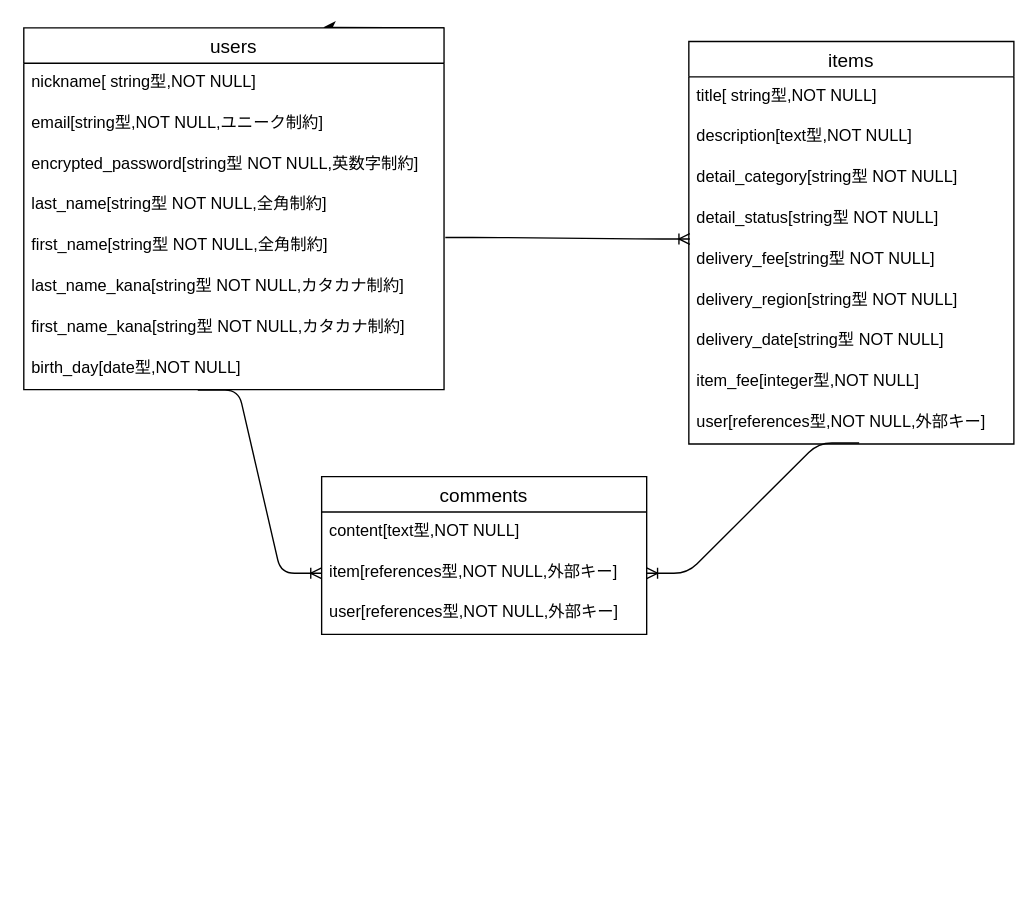
tokuno-masahiko/furima-38423 keeps this draw.io diagram as ER.dio. Above is the earlier version. Source tidied: cells renumbered, new cells numbered last; positions are measured from the earlier drawing's top-left corner, leaving out a move shared by most shapes. Both pictures are drawn from the tidied source at 136%, with x=0, y=0 at pixel (23, 27).
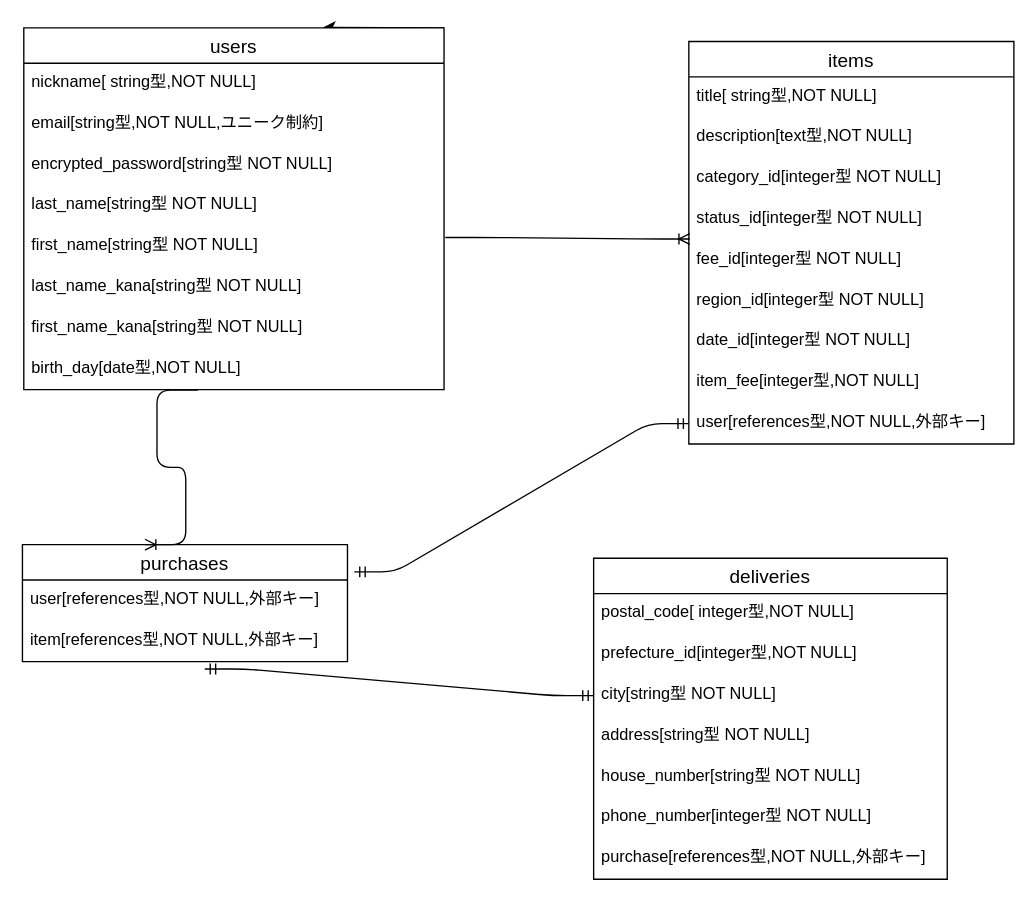
Above is the later version.

Commit message (it also covers changes not shown here):
DB設計　手直し

Unchanged cells that the change refers to:
```xml
<mxCell id="3" value="users" style="swimlane;fontStyle=0;horizontal=1;startSize=26;align=center;fontSize=14;" parent="1" vertex="1">
  <mxGeometry width="309" height="266" as="geometry" />
</mxCell>
<mxCell id="11" value="birth_day[date型,NOT NULL]" style="text;strokeColor=none;fillColor=none;spacingLeft=4;spacingRight=4;overflow=hidden;points=[[0,0.5],[1,0.5]];portConstraint=eastwest;fontSize=12;" parent="3" vertex="1">
  <mxGeometry y="236" width="309" height="30" as="geometry" />
</mxCell>
<mxCell id="12" value="items" style="swimlane;fontStyle=0;horizontal=1;startSize=26;align=center;fontSize=14;" parent="1" vertex="1">
  <mxGeometry x="489" y="10" width="239" height="296" as="geometry" />
</mxCell>
<mxCell id="21" value="user[references型,NOT NULL,外部キー]" style="text;strokeColor=none;fillColor=none;spacingLeft=4;spacingRight=4;overflow=hidden;points=[[0,0.5],[1,0.5]];portConstraint=eastwest;fontSize=12;" parent="12" vertex="1">
  <mxGeometry y="266" width="239" height="30" as="geometry" />
</mxCell>
<mxCell id="24" value="item[references型,NOT NULL,外部キー]" style="text;strokeColor=none;fillColor=none;spacingLeft=4;spacingRight=4;overflow=hidden;points=[[0,0.5],[1,0.5]];portConstraint=eastwest;fontSize=12;" parent="22" vertex="1">
  <mxGeometry y="56" width="239" height="30" as="geometry" />
</mxCell>
```

Change to the diagram source:
```diff
@@
-    <mxCell id="6" value="encrypted_password[string型 NOT NULL,英数字制約]" style="text;strokeColor=none;fillColor=none;spacingLeft=4;spacingRight=4;overflow=hidden;fontSize=12;" parent="3" vertex="1">
+    <mxCell id="6" value="encrypted_password[string型 NOT NULL]  " style="text;strokeColor=none;fillColor=none;spacingLeft=4;spacingRight=4;overflow=hidden;fontSize=12;" parent="3" vertex="1">
       <mxGeometry y="86" width="309" height="30" as="geometry" />
     </mxCell>
-    <mxCell id="7" value="last_name[string型 NOT NULL,全角制約]" style="text;strokeColor=none;fillColor=none;spacingLeft=4;spacingRight=4;overflow=hidden;fontSize=12;" parent="3" vertex="1">
+    <mxCell id="7" value="last_name[string型 NOT NULL]" style="text;strokeColor=none;fillColor=none;spacingLeft=4;spacingRight=4;overflow=hidden;fontSize=12;" parent="3" vertex="1">
       <mxGeometry y="116" width="309" height="30" as="geometry" />
     </mxCell>
-    <mxCell id="8" value="first_name[string型 NOT NULL,全角制約]" style="text;strokeColor=none;fillColor=none;spacingLeft=4;spacingRight=4;overflow=hidden;points=[[0,0.5],[1,0.5]];portConstraint=eastwest;fontSize=12;" parent="3" vertex="1">
+    <mxCell id="8" value="first_name[string型 NOT NULL]" style="text;strokeColor=none;fillColor=none;spacingLeft=4;spacingRight=4;overflow=hidden;points=[[0,0.5],[1,0.5]];portConstraint=eastwest;fontSize=12;" parent="3" vertex="1">
       <mxGeometry y="146" width="309" height="30" as="geometry" />
     </mxCell>
-    <mxCell id="9" value="last_name_kana[string型 NOT NULL,カタカナ制約]" style="text;strokeColor=none;fillColor=none;spacingLeft=4;spacingRight=4;overflow=hidden;fontSize=12;" parent="3" vertex="1">
+    <mxCell id="9" value="last_name_kana[string型 NOT NULL]" style="text;strokeColor=none;fillColor=none;spacingLeft=4;spacingRight=4;overflow=hidden;fontSize=12;" parent="3" vertex="1">
       <mxGeometry y="176" width="309" height="30" as="geometry" />
     </mxCell>
-    <mxCell id="10" value="first_name_kana[string型 NOT NULL,カタカナ制約]" style="text;strokeColor=none;fillColor=none;spacingLeft=4;spacingRight=4;overflow=hidden;fontSize=12;" parent="3" vertex="1">
+    <mxCell id="10" value="first_name_kana[string型 NOT NULL]" style="text;strokeColor=none;fillColor=none;spacingLeft=4;spacingRight=4;overflow=hidden;fontSize=12;" parent="3" vertex="1">
       <mxGeometry y="206" width="309" height="30" as="geometry" />
     </mxCell>
@@
-    <mxCell id="15" value="detail_category[string型 NOT NULL]" style="text;strokeColor=none;fillColor=none;spacingLeft=4;spacingRight=4;overflow=hidden;fontSize=12;" parent="12" vertex="1">
+    <mxCell id="15" value="category_id[integer型 NOT NULL]" style="text;strokeColor=none;fillColor=none;spacingLeft=4;spacingRight=4;overflow=hidden;fontSize=12;" parent="12" vertex="1">
       <mxGeometry y="86" width="239" height="30" as="geometry" />
     </mxCell>
-    <mxCell id="16" value="detail_status[string型 NOT NULL]" style="text;strokeColor=none;fillColor=none;spacingLeft=4;spacingRight=4;overflow=hidden;fontSize=12;" parent="12" vertex="1">
+    <mxCell id="16" value="status_id[integer型 NOT NULL]" style="text;strokeColor=none;fillColor=none;spacingLeft=4;spacingRight=4;overflow=hidden;fontSize=12;" parent="12" vertex="1">
       <mxGeometry y="116" width="239" height="30" as="geometry" />
     </mxCell>
-    <mxCell id="17" value="delivery_fee[string型 NOT NULL]" style="text;strokeColor=none;fillColor=none;spacingLeft=4;spacingRight=4;overflow=hidden;points=[[0,0.5],[1,0.5]];portConstraint=eastwest;fontSize=12;" parent="12" vertex="1">
+    <mxCell id="17" value="fee_id[integer型 NOT NULL]" style="text;strokeColor=none;fillColor=none;spacingLeft=4;spacingRight=4;overflow=hidden;points=[[0,0.5],[1,0.5]];portConstraint=eastwest;fontSize=12;" parent="12" vertex="1">
       <mxGeometry y="146" width="239" height="30" as="geometry" />
     </mxCell>
-    <mxCell id="18" value="delivery_region[string型 NOT NULL]" style="text;strokeColor=none;fillColor=none;spacingLeft=4;spacingRight=4;overflow=hidden;fontSize=12;" parent="12" vertex="1">
+    <mxCell id="18" value="region_id[integer型 NOT NULL]" style="text;strokeColor=none;fillColor=none;spacingLeft=4;spacingRight=4;overflow=hidden;fontSize=12;" parent="12" vertex="1">
       <mxGeometry y="176" width="239" height="30" as="geometry" />
     </mxCell>
-    <mxCell id="19" value="delivery_date[string型 NOT NULL]" style="text;strokeColor=none;fillColor=none;spacingLeft=4;spacingRight=4;overflow=hidden;fontSize=12;" parent="12" vertex="1">
+    <mxCell id="19" value="date_id[integer型 NOT NULL]" style="text;strokeColor=none;fillColor=none;spacingLeft=4;spacingRight=4;overflow=hidden;fontSize=12;" parent="12" vertex="1">
       <mxGeometry y="206" width="239" height="30" as="geometry" />
     </mxCell>
@@
-    <mxCell id="22" value="comments" style="swimlane;fontStyle=0;horizontal=1;startSize=26;align=center;fontSize=14;" parent="1" vertex="1">
-      <mxGeometry x="219" y="330" width="239" height="116" as="geometry" />
+    <mxCell id="22" value="purchases" style="swimlane;fontStyle=0;horizontal=1;startSize=26;align=center;fontSize=14;" parent="1" vertex="1">
+      <mxGeometry x="-1" y="380" width="239" height="86" as="geometry" />
     </mxCell>
-    <mxCell id="23" value="content[text型,NOT NULL]" style="text;strokeColor=none;fillColor=none;spacingLeft=4;spacingRight=4;overflow=hidden;fontSize=12;" parent="22" vertex="1">
-      <mxGeometry y="26" width="239" height="30" as="geometry" />
-    </mxCell>
+    <mxCell id="25" value="user[references型,NOT NULL,外部キー]" style="text;strokeColor=none;fillColor=none;spacingLeft=4;spacingRight=4;overflow=hidden;points=[[0,0.5],[1,0.5]];portConstraint=eastwest;fontSize=12;" parent="22" vertex="1">
+      <mxGeometry y="26" width="239" height="30" as="geometry" />
+    </mxCell>
@@
-    <mxCell id="25" value="user[references型,NOT NULL,外部キー]" style="text;strokeColor=none;fillColor=none;spacingLeft=4;spacingRight=4;overflow=hidden;points=[[0,0.5],[1,0.5]];portConstraint=eastwest;fontSize=12;" parent="22" vertex="1">
-      <mxGeometry y="86" width="239" height="30" as="geometry" />
-    </mxCell>
@@
-    <mxCell id="27" style="edgeStyle=entityRelationEdgeStyle;fontSize=12;html=1;endArrow=ERoneToMany;entryX=1;entryY=0.5;entryDx=0;entryDy=0;exitX=0.524;exitY=0.974;exitDx=0;exitDy=0;exitPerimeter=0;" parent="1" edge="1" source="21" target="24">
-      <mxGeometry relative="1" as="geometry" />
-    </mxCell>
-    <mxCell id="28" style="edgeStyle=entityRelationEdgeStyle;fontSize=12;html=1;endArrow=ERoneToMany;exitX=0.414;exitY=1.011;exitDx=0;exitDy=0;exitPerimeter=0;entryX=0;entryY=0.5;entryDx=0;entryDy=0;" parent="1" edge="1" source="11" target="24">
+    <mxCell id="28" style="edgeStyle=entityRelationEdgeStyle;fontSize=12;html=1;endArrow=ERoneToMany;exitX=0.414;exitY=1.011;exitDx=0;exitDy=0;exitPerimeter=0;entryX=0.377;entryY=0;entryDx=0;entryDy=0;entryPerimeter=0;" parent="1" edge="1" source="11" target="22">
       <mxGeometry relative="1" as="geometry" />
     </mxCell>
+    <mxCell id="29" style="edgeStyle=entityRelationEdgeStyle;fontSize=12;html=1;endArrow=ERmandOne;startArrow=ERmandOne;exitX=1.021;exitY=-0.2;exitDx=0;exitDy=0;exitPerimeter=0;" parent="1" edge="1" source="25" target="21">
+      <mxGeometry relative="1" as="geometry" />
+    </mxCell>
+    <mxCell id="30" style="edgeStyle=entityRelationEdgeStyle;fontSize=12;html=1;endArrow=ERmandOne;startArrow=ERmandOne;exitX=0.561;exitY=1.18;exitDx=0;exitDy=0;exitPerimeter=0;entryX=0;entryY=0.5;entryDx=0;entryDy=0;" parent="1" edge="1" source="24" target="34">
+      <mxGeometry relative="1" as="geometry" />
+    </mxCell>
+    <mxCell id="31" value="deliveries" style="swimlane;fontStyle=0;horizontal=1;startSize=26;align=center;fontSize=14;" parent="1" vertex="1">
+      <mxGeometry x="419" y="390" width="260" height="236" as="geometry" />
+    </mxCell>
+    <mxCell id="32" value="postal_code[ integer型,NOT NULL]" style="text;strokeColor=none;fillColor=none;spacingLeft=4;spacingRight=4;overflow=hidden;fontSize=12;" parent="31" vertex="1">
+      <mxGeometry y="26" width="260" height="30" as="geometry" />
+    </mxCell>
+    <mxCell id="33" value="prefecture_id[integer型,NOT NULL]" style="text;strokeColor=none;fillColor=none;spacingLeft=4;spacingRight=4;overflow=hidden;fontSize=12;" parent="31" vertex="1">
+      <mxGeometry y="56" width="260" height="30" as="geometry" />
+    </mxCell>
+    <mxCell id="34" value="city[string型 NOT NULL]" style="text;strokeColor=none;fillColor=none;spacingLeft=4;spacingRight=4;overflow=hidden;points=[[0,0.5],[1,0.5]];portConstraint=eastwest;fontSize=12;" parent="31" vertex="1">
+      <mxGeometry y="86" width="260" height="30" as="geometry" />
+    </mxCell>
+    <mxCell id="35" value="address[string型 NOT NULL]" style="text;strokeColor=none;fillColor=none;spacingLeft=4;spacingRight=4;overflow=hidden;fontSize=12;" parent="31" vertex="1">
+      <mxGeometry y="116" width="260" height="30" as="geometry" />
+    </mxCell>
+    <mxCell id="36" value="house_number[string型 NOT NULL]" style="text;strokeColor=none;fillColor=none;spacingLeft=4;spacingRight=4;overflow=hidden;fontSize=12;" parent="31" vertex="1">
+      <mxGeometry y="146" width="260" height="30" as="geometry" />
+    </mxCell>
+    <mxCell id="37" value="phone_number[integer型 NOT NULL]" style="text;strokeColor=none;fillColor=none;spacingLeft=4;spacingRight=4;overflow=hidden;fontSize=12;" parent="31" vertex="1">
+      <mxGeometry y="176" width="260" height="30" as="geometry" />
+    </mxCell>
+    <mxCell id="38" value="purchase[references型,NOT NULL,外部キー]" style="text;strokeColor=none;fillColor=none;spacingLeft=4;spacingRight=4;overflow=hidden;fontSize=12;" parent="31" vertex="1">
+      <mxGeometry y="206" width="260" height="30" as="geometry" />
+    </mxCell>
```
